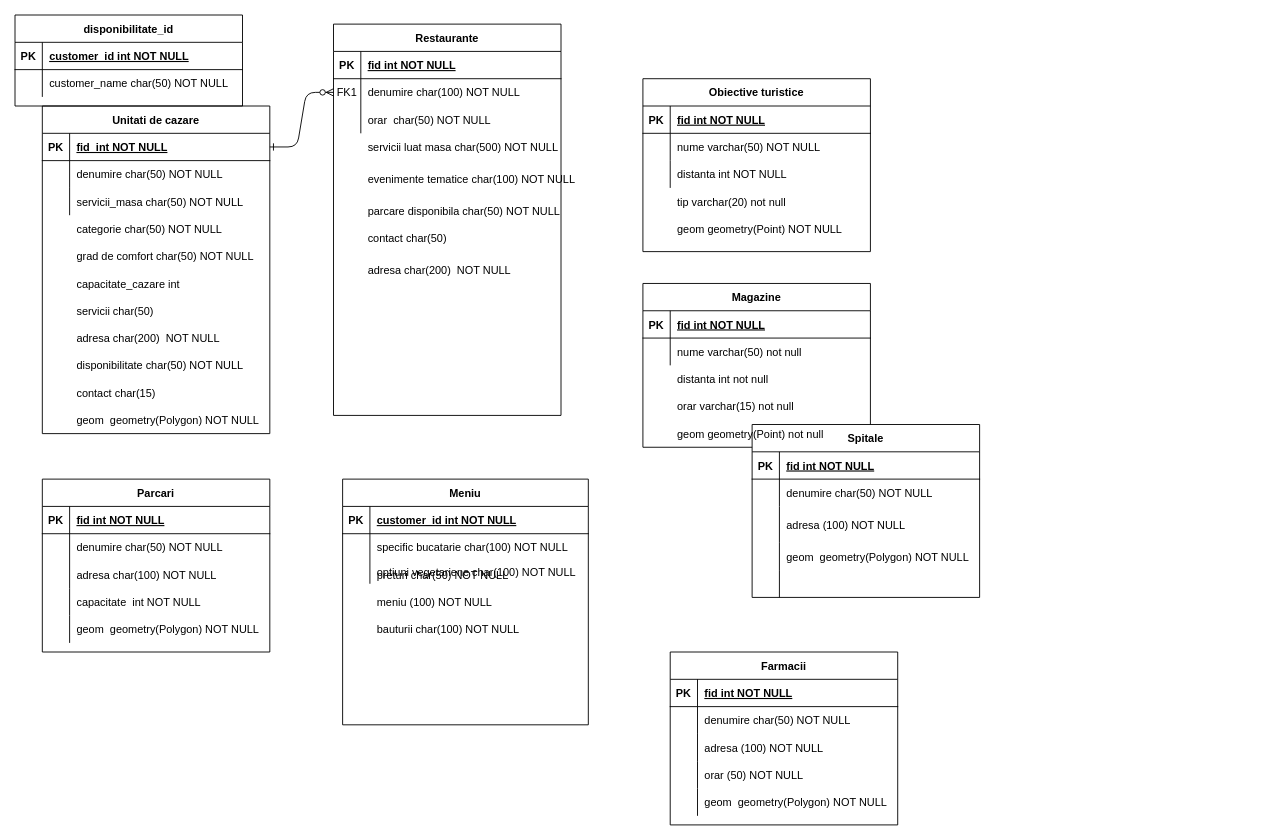
This is statiune_turistica.drawio from RalucaDB/statiune_turistica, a draw.io file, before an edit. Source tidied: cells renumbered, new cells numbered last; positions are measured from the earlier drawing's top-left corner, leaving out a move shared by most shapes. Both pictures are drawn from the tidied source at 91%, with x=0, y=0 at pixel (15, 15).
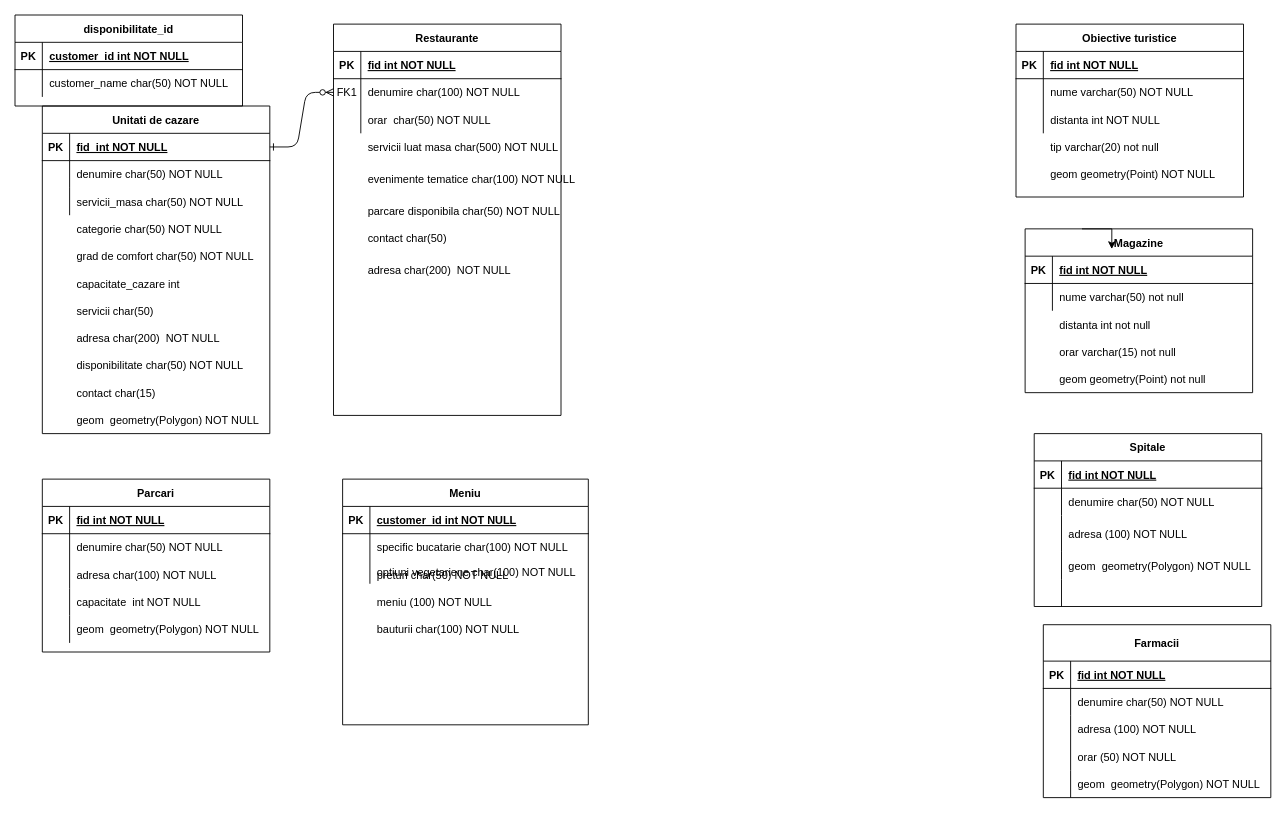
The same diagram, later.

The change refers to these unchanged cells:
```xml
<mxCell id="50" style="shape=partialRectangle;fillColor=none;points=[[0,0.5],[1,0.5]];portConstraint=eastwest;top=0;left=0;right=0;bottom=1;" parent="49" vertex="1">
  <mxGeometry y="30" width="250" height="30" as="geometry" />
</mxCell>
```

Diff of the diagram source:
```diff
@@
     <mxCell id="13" value="Obiective turistice" style="shape=table;startSize=30;childLayout=tableLayout;rowLines=0;fontStyle=1;align=center;" parent="1" vertex="1">
-      <mxGeometry x="690" y="70" width="250" height="190" as="geometry" />
+      <mxGeometry x="1100" y="10" width="250" height="190" as="geometry" />
     </mxCell>
@@
-    <mxCell id="33" value="Farmacii" style="shape=table;startSize=30;childLayout=tableLayout;rowLines=0;fontStyle=1;align=center;" parent="1" vertex="1">
-      <mxGeometry x="720" y="700" width="250" height="190" as="geometry" />
+    <mxCell id="33" value="Farmacii" style="shape=table;startSize=40;childLayout=tableLayout;rowLines=0;fontStyle=1;align=center;" parent="1" vertex="1">
+      <mxGeometry x="1130" y="670" width="250" height="190" as="geometry" />
     </mxCell>
     <mxCell id="34" style="shape=partialRectangle;fillColor=none;top=0;left=0;right=0;bottom=1;" parent="33" vertex="1">
-      <mxGeometry y="30" width="250" height="30" as="geometry" />
+      <mxGeometry y="40" width="250" height="30" as="geometry" />
     </mxCell>
@@
     <mxCell id="37" style="shape=partialRectangle;fillColor=none;top=0;left=0;right=0;bottom=0;" parent="33" vertex="1">
-      <mxGeometry y="60" width="250" height="30" as="geometry" />
+      <mxGeometry y="70" width="250" height="30" as="geometry" />
     </mxCell>
@@
     <mxCell id="40" style="shape=partialRectangle;fillColor=none;top=0;left=0;right=0;bottom=0;" parent="33" vertex="1">
-      <mxGeometry y="90" width="250" height="30" as="geometry" />
+      <mxGeometry y="100" width="250" height="30" as="geometry" />
     </mxCell>
@@
     <mxCell id="43" style="shape=partialRectangle;fillColor=none;top=0;left=0;right=0;bottom=0;" parent="33" vertex="1">
-      <mxGeometry y="120" width="250" height="30" as="geometry" />
+      <mxGeometry y="130" width="250" height="30" as="geometry" />
     </mxCell>
@@
     <mxCell id="46" style="shape=partialRectangle;fillColor=none;top=0;left=0;right=0;bottom=0;" parent="33" vertex="1">
-      <mxGeometry y="150" width="250" height="30" as="geometry" />
+      <mxGeometry y="160" width="250" height="30" as="geometry" />
     </mxCell>
@@
     <mxCell id="49" value="Magazine" style="shape=table;startSize=30;childLayout=tableLayout;rowLines=0;fontStyle=1;align=center;" parent="1" vertex="1">
-      <mxGeometry x="690" y="295" width="250" height="180" as="geometry" />
+      <mxGeometry x="1110" y="235" width="250" height="180" as="geometry" />
     </mxCell>
@@
+    <mxCell id="137" style="edgeStyle=orthogonalEdgeStyle;rounded=0;jettySize=auto;html=1;exitX=0.25;exitY=0;exitDx=0;exitDy=0;entryX=0.381;entryY=-0.26;entryDx=0;entryDy=0;entryPerimeter=0;" parent="49" edge="1" source="49" target="50">
+      <mxGeometry relative="1" as="geometry" />
+    </mxCell>
@@
     <mxCell id="94" style="shape=partialRectangle;overflow=hidden;fillColor=none;top=0;left=0;bottom=0;right=0;" parent="1" vertex="1">
-      <mxGeometry x="690" y="220" width="30" height="30" as="geometry" />
+      <mxGeometry x="1100" y="160" width="30" height="30" as="geometry" />
     </mxCell>
@@
     <mxCell id="97" value="geom geometry(Point) NOT NULL" style="shape=partialRectangle;overflow=hidden;fillColor=none;top=0;left=0;bottom=0;right=0;align=left;spacingLeft=6;" parent="1" vertex="1">
-      <mxGeometry x="720" y="220" width="220" height="30" as="geometry" />
+      <mxGeometry x="1130" y="160" width="220" height="30" as="geometry" />
     </mxCell>
@@
     <mxCell id="100" style="shape=partialRectangle;overflow=hidden;fillColor=none;top=0;left=0;bottom=0;right=0;" parent="1" vertex="1">
-      <mxGeometry x="690" y="190" width="30" height="30" as="geometry" />
+      <mxGeometry x="1100" y="130" width="30" height="30" as="geometry" />
     </mxCell>
     <mxCell id="101" value="tip varchar(20) not null" style="shape=partialRectangle;overflow=hidden;fillColor=none;top=0;left=0;bottom=0;right=0;align=left;spacingLeft=6;" parent="1" vertex="1">
-      <mxGeometry x="720" y="190" width="220" height="30" as="geometry" />
+      <mxGeometry x="1130" y="130" width="220" height="30" as="geometry" />
     </mxCell>
@@
     <mxCell id="103" style="shape=partialRectangle;overflow=hidden;fillColor=none;top=0;left=0;bottom=0;right=0;" parent="1" vertex="1">
-      <mxGeometry x="690" y="385" width="30" height="30" as="geometry" />
+      <mxGeometry x="1110" y="325" width="30" height="30" as="geometry" />
     </mxCell>
@@
     <mxCell id="105" value="Spitale" style="shape=table;startSize=30;childLayout=tableLayout;rowLines=0;fontStyle=1;align=center;" parent="1" vertex="1">
-      <mxGeometry x="810" y="450" width="250" height="190" as="geometry" />
+      <mxGeometry x="1120" y="460" width="250" height="190" as="geometry" />
     </mxCell>
@@
     <mxCell id="130" value="distanta int not null" style="shape=partialRectangle;overflow=hidden;fillColor=none;top=0;left=0;bottom=0;right=0;align=left;spacingLeft=6;" parent="1" vertex="1">
-      <mxGeometry x="720" y="385" width="220" height="30" as="geometry" />
+      <mxGeometry x="1140" y="325" width="220" height="30" as="geometry" />
     </mxCell>
@@
     <mxCell id="132" style="shape=partialRectangle;overflow=hidden;fillColor=none;top=0;left=0;bottom=0;right=0;" parent="1" vertex="1">
-      <mxGeometry x="690" y="445" width="30" height="30" as="geometry" />
+      <mxGeometry x="1110" y="385" width="30" height="30" as="geometry" />
     </mxCell>
     <mxCell id="133" value="geom geometry(Point) not null" style="shape=partialRectangle;overflow=hidden;fillColor=none;top=0;left=0;bottom=0;right=0;align=left;spacingLeft=6;" parent="1" vertex="1">
-      <mxGeometry x="720" y="445" width="220" height="30" as="geometry" />
+      <mxGeometry x="1140" y="385" width="220" height="30" as="geometry" />
     </mxCell>
@@
     <mxCell id="135" style="shape=partialRectangle;overflow=hidden;fillColor=none;top=0;left=0;bottom=0;right=0;" parent="1" vertex="1">
-      <mxGeometry x="690" y="415" width="30" height="30" as="geometry" />
+      <mxGeometry x="1110" y="355" width="30" height="30" as="geometry" />
     </mxCell>
     <mxCell id="136" value="orar varchar(15) not null" style="shape=partialRectangle;overflow=hidden;fillColor=none;top=0;left=0;bottom=0;right=0;align=left;spacingLeft=6;" parent="1" vertex="1">
-      <mxGeometry x="720" y="415" width="220" height="30" as="geometry" />
+      <mxGeometry x="1140" y="355" width="220" height="30" as="geometry" />
     </mxCell>
```
